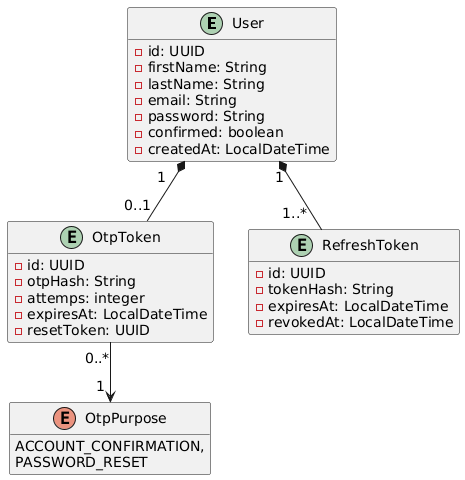
Above: assets/diagrama_identity.png in ArmandoEnrique1010K/TrelloMicroservices (PlantUML), before the change.
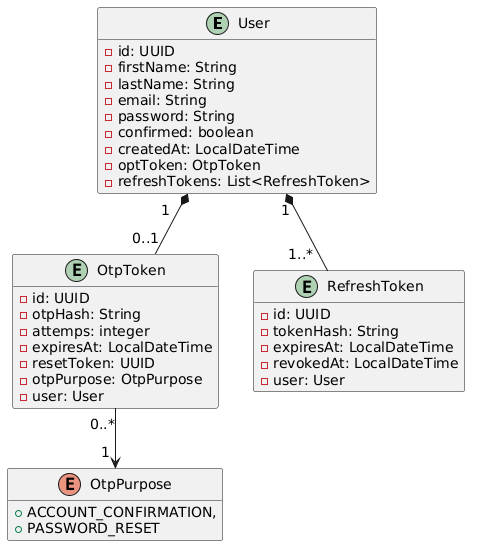
The same diagram one commit later.

What changed in the source:
```diff
@@ -10,6 +10,8 @@
     - password: String
     - confirmed: boolean
     - createdAt: LocalDateTime
+    - optToken: OtpToken
+    - refreshTokens: List<RefreshToken>
 }
 
 entity OtpToken {
@@ -18,6 +20,8 @@
     - attemps: integer
     - expiresAt: LocalDateTime
     - resetToken: UUID
+    - otpPurpose: OtpPurpose
+    - user: User
 }
 
 entity RefreshToken {
@@ -25,11 +29,12 @@
     - tokenHash: String
     - expiresAt: LocalDateTime
     - revokedAt: LocalDateTime
+    - user: User
 }
 
 enum OtpPurpose {
-    ACCOUNT_CONFIRMATION,
-    PASSWORD_RESET
+    + ACCOUNT_CONFIRMATION,
+    + PASSWORD_RESET
 }
 
 User "  1" *-- "1..*  " RefreshToken
```
